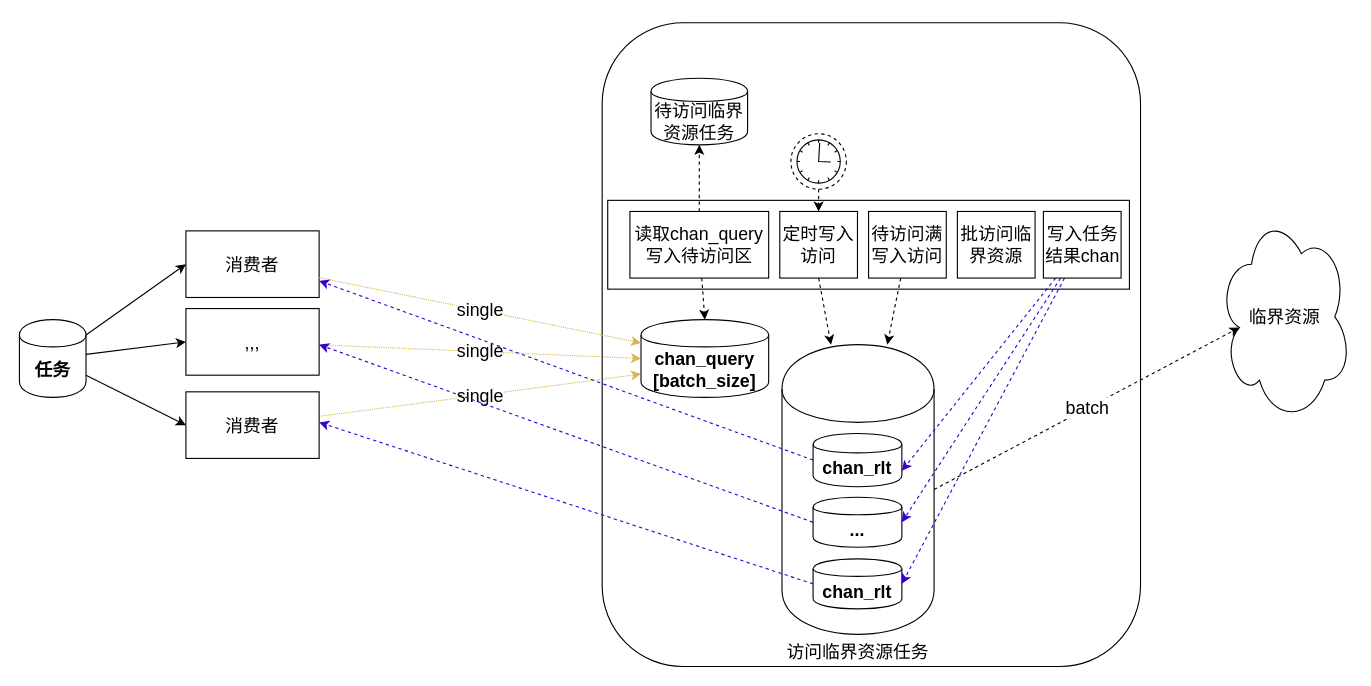
Above: page "batch_write" (4 of 6) of consumer_model.drawio in chenlei87/utils (draw.io), before the change. Source tidied: cells renumbered, new cells numbered last; positions are measured from the earlier drawing's top-left corner, leaving out a move shared by most shapes. Both pictures are drawn from the tidied source at 111%, with x=0, y=0 at pixel (19, 22).
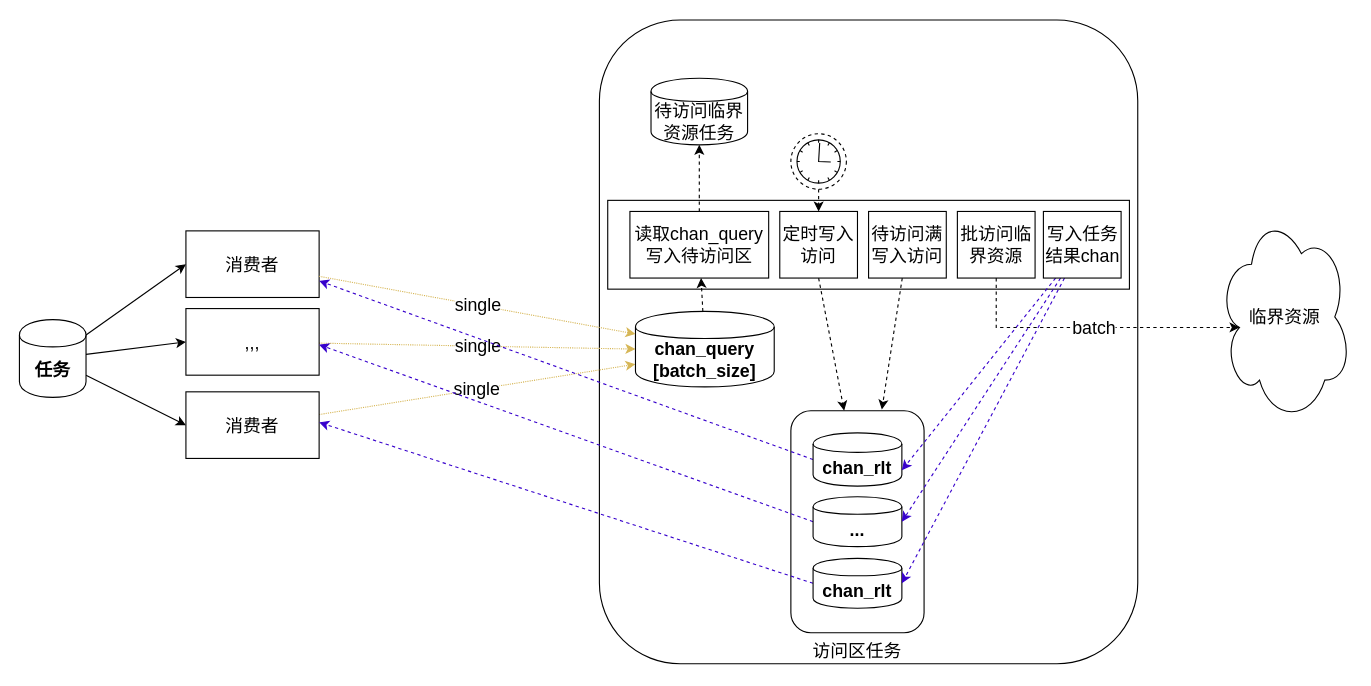
After the change.

Unchanged cells that the change refers to:
```xml
<mxCell id="2" value="临界资源" style="ellipse;shape=cloud;whiteSpace=wrap;html=1;fontSize=16;" parent="1" vertex="1">
  <mxGeometry x="1080" y="170" width="120" height="190" as="geometry" />
</mxCell>
<mxCell id="13" value="读取chan_query写入待访问区" style="rounded=0;whiteSpace=wrap;html=1;fontSize=16;" parent="1" vertex="1">
  <mxGeometry x="550" y="170" width="125" height="60" as="geometry" />
</mxCell>
<mxCell id="15" value="定时写入访问" style="rounded=0;whiteSpace=wrap;html=1;fontSize=16;" parent="1" vertex="1">
  <mxGeometry x="685" y="170" width="70" height="60" as="geometry" />
</mxCell>
<mxCell id="17" value="待访问满写入访问" style="rounded=0;whiteSpace=wrap;html=1;fontSize=16;" parent="1" vertex="1">
  <mxGeometry x="765" y="170" width="70" height="60" as="geometry" />
</mxCell>
<mxCell id="34" value="批访问临界资源" style="rounded=0;whiteSpace=wrap;html=1;fontSize=16;" parent="1" vertex="1">
  <mxGeometry x="845" y="170" width="70" height="60" as="geometry" />
</mxCell>
```

Diff of the diagram source:
```diff
@@
+    <mxCell id="8" style="rounded=1;whiteSpace=wrap;html=1;fontSize=16;direction=south;labelPosition=center;verticalLabelPosition=bottom;align=center;verticalAlign=top;" parent="1" vertex="1">
+      <mxGeometry x="522.5" y="-2.5" width="485" height="580" as="geometry" />
+    </mxCell>
+    <mxCell id="39" value="访问区任务" style="rounded=1;whiteSpace=wrap;html=1;fontSize=16;labelPosition=center;verticalLabelPosition=bottom;align=center;verticalAlign=top;" parent="1" vertex="1">
+      <mxGeometry x="695" y="349.5" width="120" height="200" as="geometry" />
+    </mxCell>
@@
-    <mxCell id="8" style="rounded=1;whiteSpace=wrap;html=1;fontSize=16;direction=south;labelPosition=center;verticalLabelPosition=bottom;align=center;verticalAlign=top;" parent="1" vertex="1">
-      <mxGeometry x="525" width="485" height="580" as="geometry" />
-    </mxCell>
@@
-    <mxCell id="12" style="edgeStyle=none;rounded=0;jettySize=auto;html=1;dashed=1;fontSize=16;entryX=0.5;entryY=0;entryDx=0;entryDy=0;" parent="1" edge="1" source="13" target="27">
-      <mxGeometry relative="1" as="geometry" />
-    </mxCell>
@@
-    <mxCell id="14" style="edgeStyle=none;rounded=0;jettySize=auto;html=1;fontSize=16;exitX=0.5;exitY=1;exitDx=0;exitDy=0;dashed=1;" parent="1" edge="1" source="15" target="18">
+    <mxCell id="14" style="edgeStyle=none;rounded=0;jettySize=auto;html=1;fontSize=16;exitX=0.5;exitY=1;exitDx=0;exitDy=0;dashed=1;entryX=0.4;entryY=0;entryDx=0;entryDy=0;entryPerimeter=0;" parent="1" edge="1" source="15" target="39">
       <mxGeometry relative="1" as="geometry" />
     </mxCell>
@@
-    <mxCell id="16" style="edgeStyle=none;rounded=0;jettySize=auto;html=1;fontSize=16;dashed=1;" parent="1" edge="1" source="17" target="18">
+    <mxCell id="16" style="edgeStyle=none;rounded=0;jettySize=auto;html=1;fontSize=16;dashed=1;entryX=0.683;entryY=-0.005;entryDx=0;entryDy=0;entryPerimeter=0;" parent="1" edge="1" source="17" target="39">
       <mxGeometry relative="1" as="geometry" />
     </mxCell>
@@
-    <mxCell id="18" value="访问临界资源任务" style="shape=cylinder;whiteSpace=wrap;html=1;boundedLbl=1;backgroundOutline=1;fontSize=16;verticalAlign=top;labelPosition=center;verticalLabelPosition=bottom;align=center;" parent="1" vertex="1">
-      <mxGeometry x="687" y="290" width="137" height="261" as="geometry" />
-    </mxCell>
@@
     <mxCell id="26" value="chan_rlt" style="shape=cylinder;whiteSpace=wrap;html=1;boundedLbl=1;backgroundOutline=1;fontStyle=1;fontSize=16;" parent="1" vertex="1">
-      <mxGeometry x="715" y="483" width="80" height="45" as="geometry" />
+      <mxGeometry x="715" y="482.5" width="80" height="45" as="geometry" />
     </mxCell>
+    <mxCell id="40" style="edgeStyle=none;rounded=0;jettySize=auto;html=1;dashed=1;fontSize=16;" parent="1" edge="1" source="27" target="13">
+      <mxGeometry relative="1" as="geometry" />
+    </mxCell>
     <mxCell id="27" value="chan_query&lt;br&gt;[batch_size]" style="shape=cylinder;whiteSpace=wrap;html=1;boundedLbl=1;backgroundOutline=1;fontStyle=1;fontSize=16;" parent="1" vertex="1">
-      <mxGeometry x="560" y="267.5" width="115" height="70" as="geometry" />
+      <mxGeometry x="555" y="260" width="125" height="68" as="geometry" />
     </mxCell>
@@
-    <mxCell id="29" value="&lt;span&gt;batch&lt;/span&gt;" style="edgeStyle=none;rounded=0;jettySize=auto;html=1;entryX=0.16;entryY=0.55;entryDx=0;entryDy=0;entryPerimeter=0;fontSize=16;exitX=1;exitY=0.5;exitDx=0;exitDy=0;dashed=1;" parent="1" edge="1" source="18" target="2">
+    <mxCell id="29" value="&lt;span&gt;batch&lt;/span&gt;" style="edgeStyle=orthogonalEdgeStyle;rounded=0;jettySize=auto;html=1;entryX=0.16;entryY=0.55;entryDx=0;entryDy=0;entryPerimeter=0;fontSize=16;exitX=0.5;exitY=1;exitDx=0;exitDy=0;dashed=1;" parent="1" edge="1" source="34" target="2">
       <mxGeometry relative="1" as="geometry" />
     </mxCell>
@@
     <mxCell id="31" value="..." style="shape=cylinder;whiteSpace=wrap;html=1;boundedLbl=1;backgroundOutline=1;fontStyle=1;fontSize=16;" parent="1" vertex="1">
-      <mxGeometry x="715" y="427.5" width="80" height="45" as="geometry" />
+      <mxGeometry x="715" y="427" width="80" height="45" as="geometry" />
     </mxCell>
@@
     <mxCell id="33" value="chan_rlt" style="shape=cylinder;whiteSpace=wrap;html=1;boundedLbl=1;backgroundOutline=1;fontStyle=1;fontSize=16;" parent="1" vertex="1">
-      <mxGeometry x="715" y="370" width="80" height="48" as="geometry" />
+      <mxGeometry x="715" y="369.5" width="80" height="48" as="geometry" />
     </mxCell>
```
